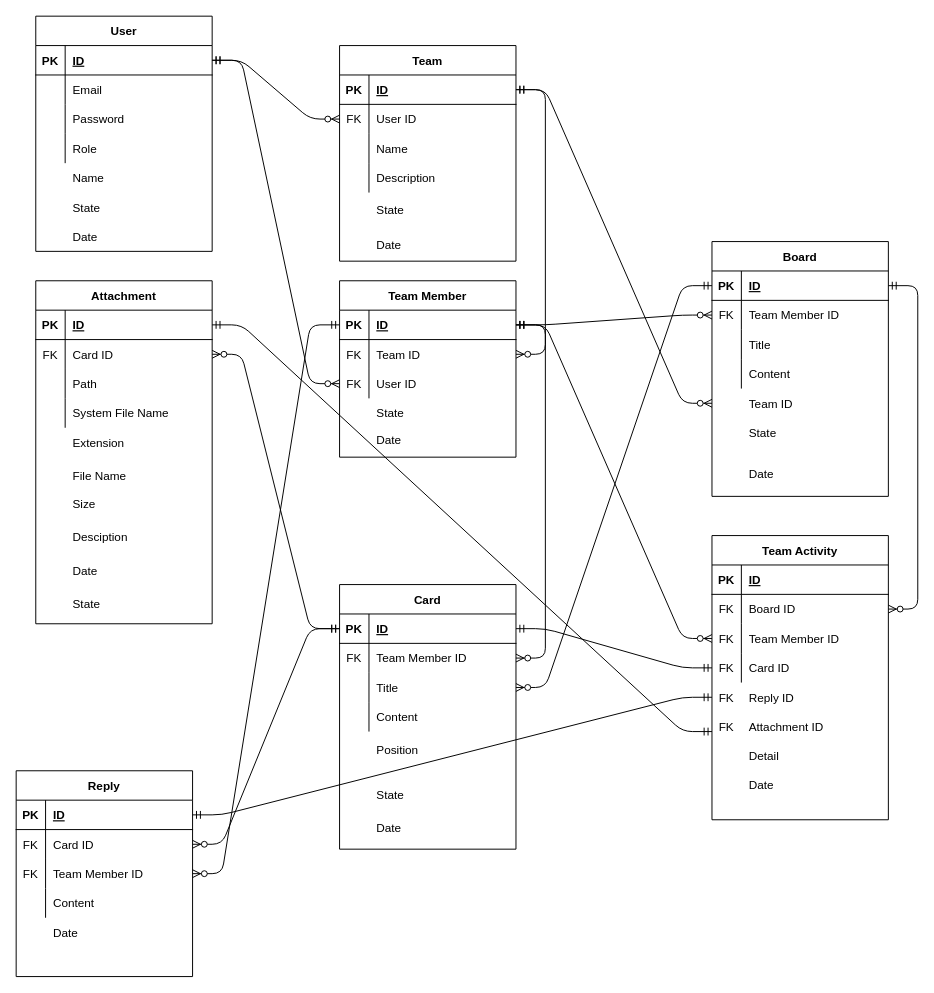
Earlier version of the draw.io diagram plan/Logical Diagram.drawio (donghyeon0725/slack_practice). Source tidied: cells renumbered, new cells numbered last; positions are measured from the earlier drawing's top-left corner, leaving out a move shared by most shapes. Both pictures are drawn from the tidied source at 98%, with x=0, y=0 at pixel (16, 16).
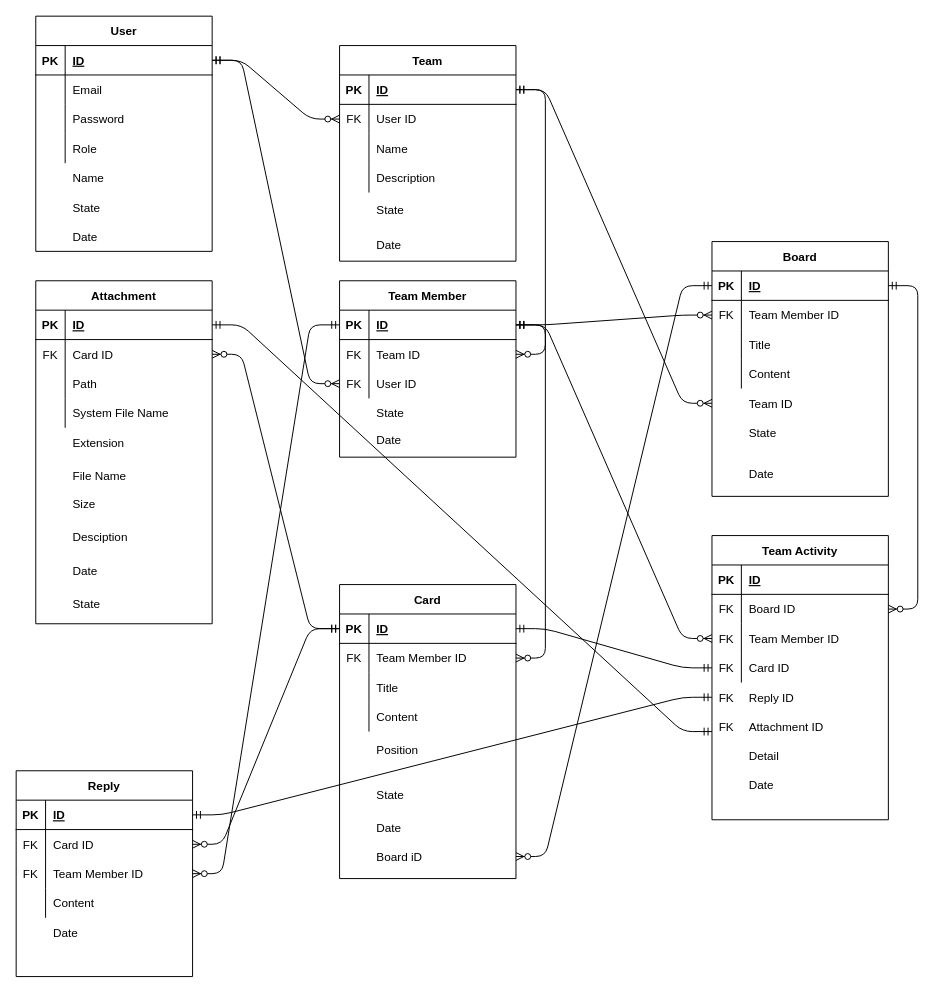
The same page after the edit.

Unchanged cells that the change refers to:
```xml
<mxCell id="122" style="shape=partialRectangle;fillColor=none;top=0;left=0;bottom=1;right=0;points=[[0,0.5],[1,0.5]];portConstraint=eastwest;" parent="121" vertex="1">
  <mxGeometry y="30" width="180" height="30" as="geometry" />
</mxCell>
<mxCell id="156" style="shape=partialRectangle;fillColor=none;top=0;left=0;bottom=0;right=0;points=[[0,0.5],[1,0.5]];portConstraint=eastwest;" parent="149" vertex="1">
  <mxGeometry y="90" width="180" height="30" as="geometry" />
</mxCell>
```

Diff of the diagram source:
```diff
@@
-    <mxCell id="7" style="edgeStyle=entityRelationEdgeStyle;fontSize=12;html=1;endArrow=ERzeroToMany;startArrow=ERmandOne;entryX=1;entryY=0.5;entryDx=0;entryDy=0;exitX=0;exitY=0.5;exitDx=0;exitDy=0;" parent="1" edge="1" source="122" target="156">
+    <mxCell id="7" style="edgeStyle=entityRelationEdgeStyle;fontSize=12;html=1;endArrow=ERzeroToMany;startArrow=ERmandOne;exitX=0;exitY=0.5;exitDx=0;exitDy=0;" parent="1" edge="1" source="122" target="219">
       <mxGeometry relative="1" as="geometry" />
     </mxCell>
@@
     <mxCell id="140" style="group;" parent="1" vertex="1">
-      <mxGeometry x="330" y="580" width="180" height="270" as="geometry" />
+      <mxGeometry x="330" y="580" width="180" height="300" as="geometry" />
     </mxCell>
@@
     <mxCell id="144" style="group;" parent="140" vertex="1">
-      <mxGeometry width="180" height="270" as="geometry" />
+      <mxGeometry width="180" height="300" as="geometry" />
     </mxCell>
@@
     <mxCell id="148" style="group;" parent="144" vertex="1">
-      <mxGeometry width="180" height="270" as="geometry" />
+      <mxGeometry width="180" height="300" as="geometry" />
     </mxCell>
     <mxCell id="149" value="Card" style="shape=table;startSize=30;childLayout=tableLayout;rowLines=0;fontStyle=1;align=center;rounded=0;sketch=0;" parent="148" vertex="1">
-      <mxGeometry width="180" height="270" as="geometry" />
+      <mxGeometry width="180" height="300" as="geometry" />
     </mxCell>
@@
+    <mxCell id="219" style="shape=partialRectangle;fillColor=none;top=0;left=0;bottom=0;right=0;points=[[0,0.5],[1,0.5]];portConstraint=eastwest;" parent="148" vertex="1">
+      <mxGeometry y="255" width="180" height="45" as="geometry" />
+    </mxCell>
+    <mxCell id="220" style="shape=partialRectangle;fillColor=none;top=0;left=0;bottom=0;right=0;overflow=hidden;" parent="219" vertex="1">
+      <mxGeometry width="30" height="45" as="geometry" />
+    </mxCell>
+    <mxCell id="221" value="Board iD" style="shape=partialRectangle;fillColor=none;top=0;left=0;bottom=0;right=0;align=left;spacingLeft=6;overflow=hidden;" parent="219" vertex="1">
+      <mxGeometry x="30" width="150" height="45" as="geometry" />
+    </mxCell>
```
